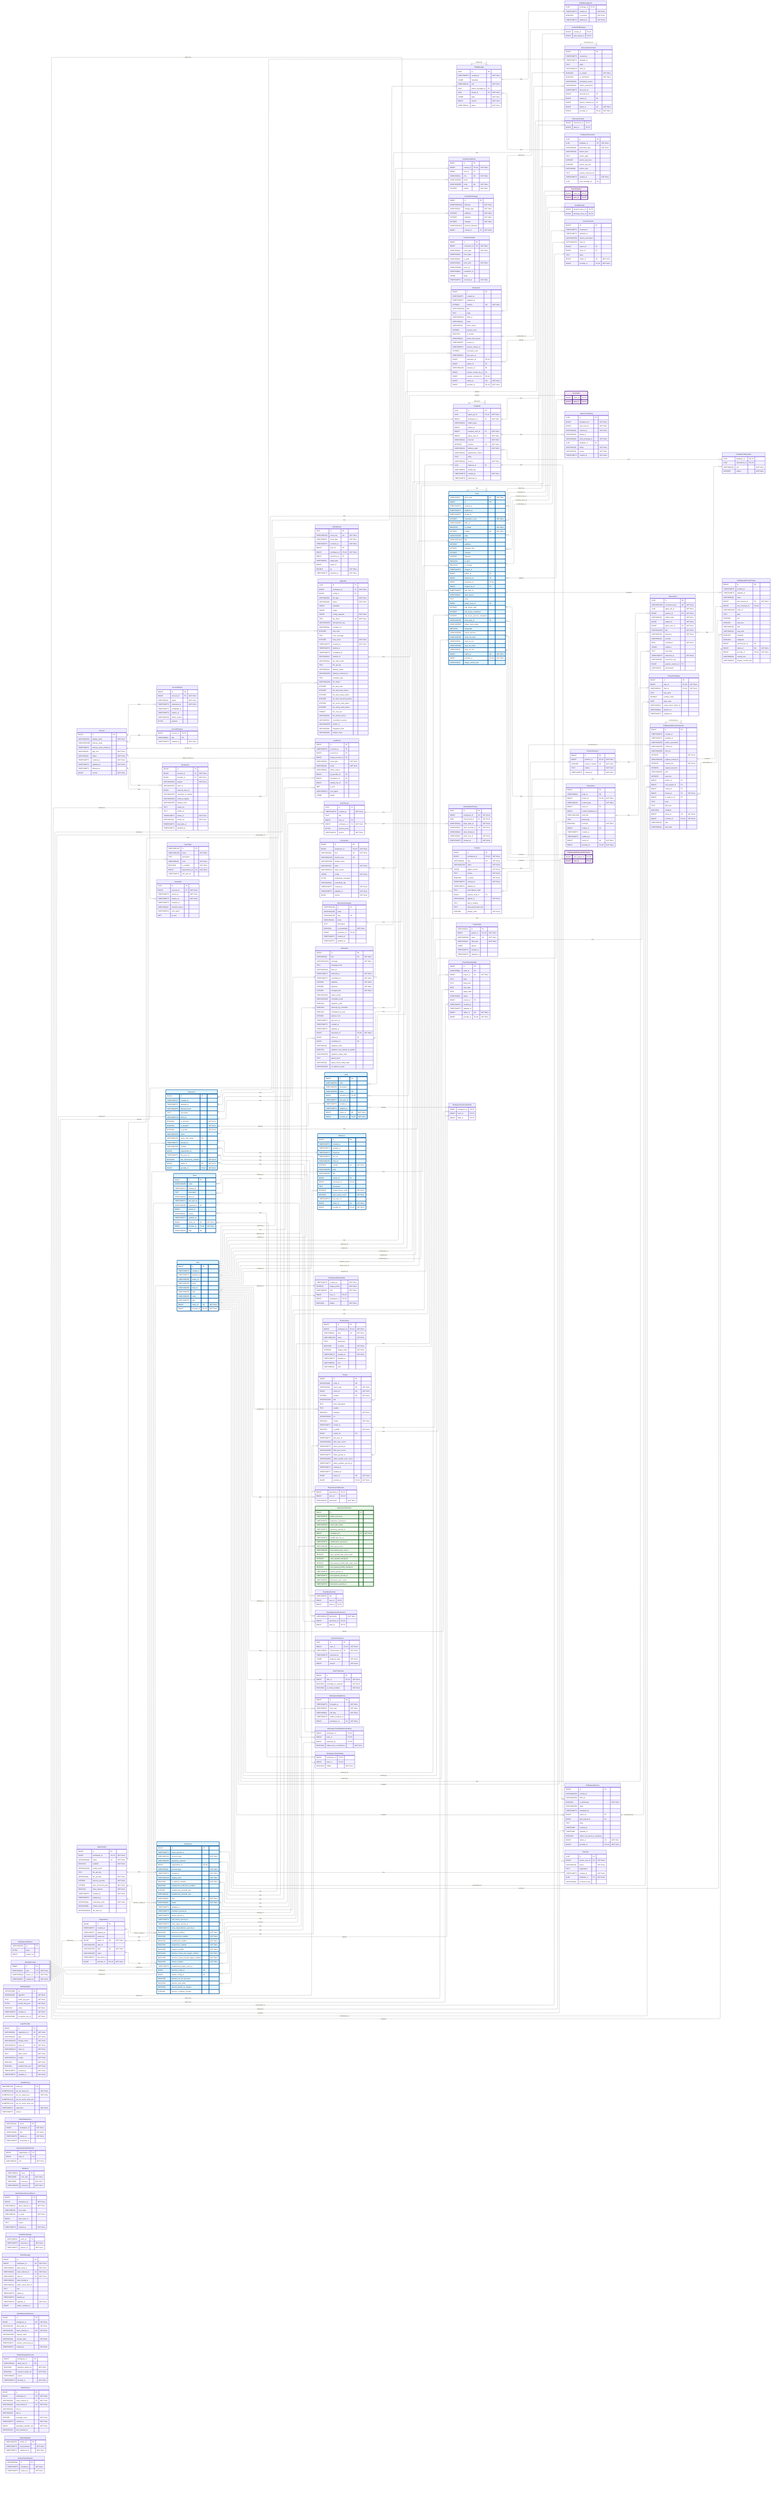
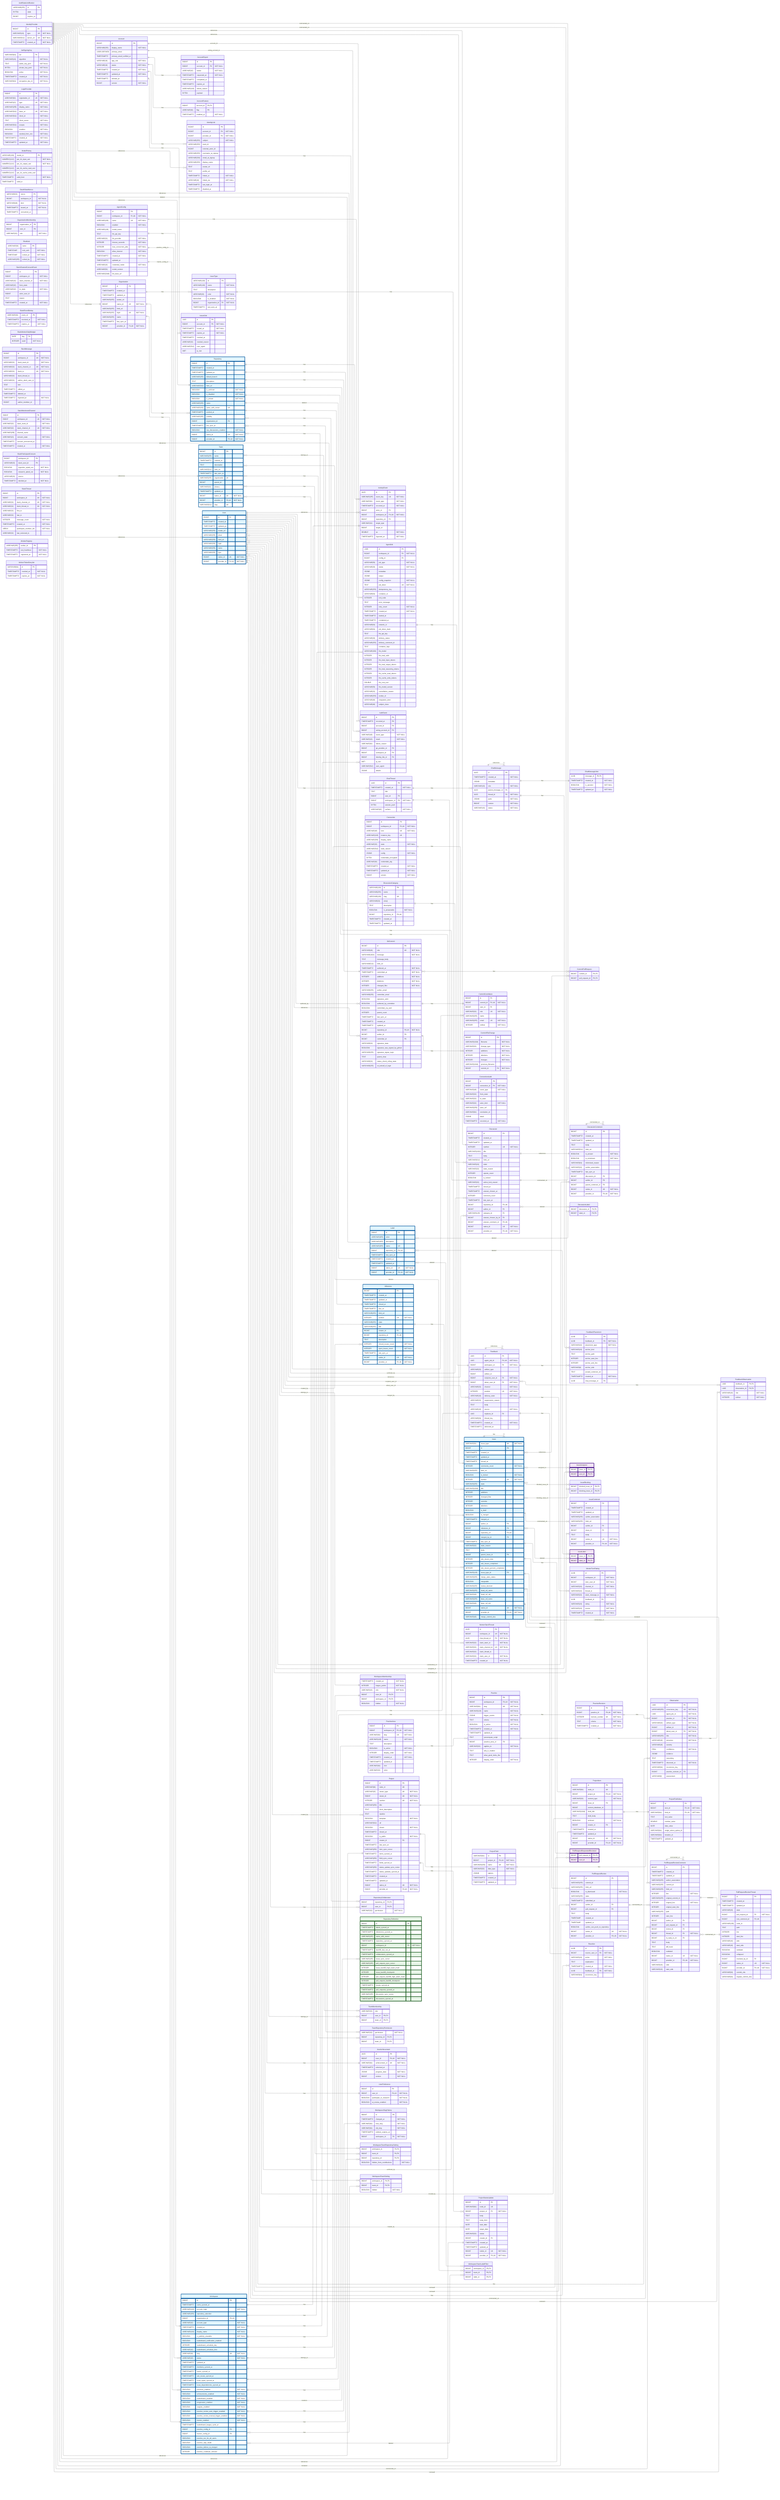
---
config:
    layout: elk
---
erDiagram
    %% Generated automatically from PostgreSQL database schema
    %% using scripts/generate-mermaid-erd.ts
    %% To regenerate: pnpm run db:generate-erd-docs

    direction LR

    Account {
        BIGINT id PK
        VARCHAR(255) display_name "NOT NULL"
        USER-DEFINED primary_email
        TIMESTAMPTZ primary_email_verified_at
        VARCHAR(16) app_role "NOT NULL"
        VARCHAR(16) status "NOT NULL"
        TIMESTAMPTZ created_at "NOT NULL"
        TIMESTAMPTZ updated_at "NOT NULL"
        TIMESTAMPTZ deleted_at
        BIGINT version "NOT NULL"
    }

    AccountExport {
        BIGINT id PK
        BIGINT account_id FK "NOT NULL"
        VARCHAR(16) status "NOT NULL"
        TIMESTAMPTZ requested_at "NOT NULL"
        TIMESTAMPTZ completed_at
        TIMESTAMPTZ expires_at
        VARCHAR(128) failure_reason
        BYTEA payload
    }

    AccountFeature {
        BIGINT account_id PK,FK
        VARCHAR(64) flag PK
        TIMESTAMPTZ enabled_at "NOT NULL"
    }

    ActivityEvent {
        UUID id PK
        VARCHAR(255) event_key UK "NOT NULL"
        VARCHAR(64) event_type "NOT NULL"
        TIMESTAMPTZ occurred_at "NOT NULL"
        BIGINT actor_id FK
        BIGINT workspace_id FK,UK "NOT NULL"
        BIGINT repository_id FK
        VARCHAR(32) target_type
        BIGINT target_id
        DOUBLE xp "NOT NULL"
        TIMESTAMPTZ ingested_at "NOT NULL"
    }

    AgentConfig {
        BIGINT id PK
        BIGINT workspace_id FK,UK "NOT NULL"
        VARCHAR(100) name UK "NOT NULL"
        BOOLEAN enabled "NOT NULL"
        VARCHAR(128) model_name
        TEXT llm_api_key
        VARCHAR(32) llm_provider "NOT NULL"
        INTEGER timeout_seconds "NOT NULL"
        INTEGER max_concurrent_jobs "NOT NULL"
        BOOLEAN allow_internet "NOT NULL"
        TIMESTAMPTZ created_at "NOT NULL"
        TIMESTAMPTZ updated_at
        VARCHAR(16) credential_mode "NOT NULL"
        VARCHAR(50) model_version
        VARCHAR(2048) llm_base_url
    }

    AgentJob {
        UUID id PK
        BIGINT workspace_id FK "NOT NULL"
        BIGINT config_id FK
        VARCHAR(50) job_type "NOT NULL"
        VARCHAR(20) status "NOT NULL"
        JSONB metadata
        JSONB output
        JSONB config_snapshot "NOT NULL"
        TEXT job_token UK "NOT NULL"
        VARCHAR(255) idempotency_key
        VARCHAR(64) container_id
        INTEGER exit_code
        TEXT error_message
        INTEGER retry_count "NOT NULL"
        TIMESTAMPTZ created_at "NOT NULL"
        TIMESTAMPTZ started_at
        TIMESTAMPTZ completed_at
        VARCHAR(64) network_id
        VARCHAR(64) job_token_hash
        TEXT llm_api_key
        VARCHAR(20) delivery_status
        VARCHAR(255) delivery_comment_id
        TEXT container_logs
        VARCHAR(100) llm_model
        INTEGER llm_total_calls
        INTEGER llm_total_input_tokens
        INTEGER llm_total_output_tokens
        INTEGER llm_total_reasoning_tokens
        INTEGER llm_cache_read_tokens
        INTEGER llm_cache_write_tokens
        DOUBLE llm_cost_usd
        VARCHAR(50) llm_model_version
        VARCHAR(32) cancellation_reason
        VARCHAR(255) worker_id
        VARCHAR(48) integration_kind
        VARCHAR(48) subject_class
    }

    AuthEvent {
        BIGINT id PK
        TIMESTAMPTZ occurred_at PK
        BIGINT account_id FK
        BIGINT acting_account_id FK
        VARCHAR(48) event_type "NOT NULL"
        VARCHAR(16) result "NOT NULL"
        VARCHAR(64) failure_reason
        BIGINT git_provider_id FK
        BIGINT workspace_id FK
        BIGINT identity_link_id FK
        INET ip_inet
        VARCHAR(512) user_agent
        JSONB details
    }

    AuthRateLimitBucket {
        VARCHAR(255) id PK
        BYTEA state
        BIGINT expires_at
    }

    ChatMessage {
        UUID id PK
        TIMESTAMPTZ created_at "NOT NULL"
        JSONB metadata
        VARCHAR(16) role "NOT NULL"
        UUID parent_message_id FK
        UUID thread_id FK "NOT NULL"
        JSONB parts "NOT NULL"
        BIGINT version "NOT NULL"
        VARCHAR(16) status "NOT NULL"
    }

    ChatMessageVote {
        UUID message_id PK,FK
        TIMESTAMPTZ created_at "NOT NULL"
        BOOLEAN is_upvoted "NOT NULL"
        TIMESTAMPTZ updated_at "NOT NULL"
    }

    ChatThread {
        UUID id PK
        TIMESTAMPTZ created_at "NOT NULL"
        TEXT title
        BIGINT user_id FK
        BIGINT workspace_id FK "NOT NULL"
        BYTEA session_jsonl
        VARCHAR(16) surface "NOT NULL"
    }

    CommitContributor {
        BIGINT id PK
        BIGINT commit_id FK,UK "NOT NULL"
        BIGINT user_id FK
        VARCHAR(32) role UK "NOT NULL"
        VARCHAR(255) name
        VARCHAR(255) email UK "NOT NULL"
        INTEGER ordinal "NOT NULL"
    }

    CommitFileChange {
        BIGINT id PK
        VARCHAR(1024) filename "NOT NULL"
        VARCHAR(32) change_type "NOT NULL"
        INTEGER additions "NOT NULL"
        INTEGER deletions "NOT NULL"
        INTEGER changes "NOT NULL"
        VARCHAR(1024) previous_filename
        BIGINT commit_id FK "NOT NULL"
    }

    CommitPullRequest {
        BIGINT commit_id PK,FK
        BIGINT pull_request_id PK,FK
    }

    Connection {
        BIGINT id PK
        BIGINT workspace_id FK,UK "NOT NULL"
        VARCHAR(48) kind UK "NOT NULL"
        VARCHAR(128) instance_key UK
        VARCHAR(256) display_name
        VARCHAR(32) state "NOT NULL"
        VARCHAR(512) state_reason
        JSONB config "NOT NULL"
        BYTEA credentials_encrypted
        VARCHAR(64) credentials_alg
        TIMESTAMPTZ created_at "NOT NULL"
        TIMESTAMPTZ updated_at "NOT NULL"
        BIGINT version "NOT NULL"
    }

    ConnectionAudit {
        BIGINT id PK
        BIGINT connection_id FK "NOT NULL"
        VARCHAR(48) event_type "NOT NULL"
        VARCHAR(32) from_state
        VARCHAR(32) to_state
        VARCHAR(32) actor_kind "NOT NULL"
        VARCHAR(256) actor_ref
        VARCHAR(64) correlation_id
        JSONB detail
        TIMESTAMPTZ occurred_at "NOT NULL"
    }

    Discussion {
        BIGINT id PK
        TIMESTAMPTZ created_at
        TIMESTAMPTZ updated_at
        INTEGER number UK "NOT NULL"
        VARCHAR(1024) title
        TEXT body
        VARCHAR(512) html_url
        VARCHAR(16) state
        VARCHAR(32) state_reason
        INTEGER upvote_count
        BOOLEAN is_locked
        VARCHAR(32) active_lock_reason
        TIMESTAMPTZ closed_at
        TIMESTAMPTZ answer_chosen_at
        INTEGER comment_count
        TIMESTAMPTZ last_sync_at
        BIGINT repository_id FK,UK
        BIGINT author_id FK
        VARCHAR(128) category_id FK
        BIGINT answer_chosen_by_id FK
        BIGINT answer_comment_id FK,UK
        BIGINT native_id UK "NOT NULL"
        BIGINT provider_id FK,UK "NOT NULL"
    }

    DiscussionCategory {
        VARCHAR(128) id PK
        VARCHAR(255) name
        VARCHAR(128) slug UK
        VARCHAR(32) emoji
        TEXT description
        BOOLEAN is_answerable "NOT NULL"
        BIGINT repository_id FK,UK
        TIMESTAMPTZ created_at
        TIMESTAMPTZ updated_at
    }

    DiscussionComment {
        BIGINT id PK
        TIMESTAMPTZ created_at
        TIMESTAMPTZ updated_at
        TEXT body
        VARCHAR(512) html_url
        BOOLEAN is_answer "NOT NULL"
        BOOLEAN is_minimized "NOT NULL"
        VARCHAR(64) minimized_reason
        VARCHAR(32) author_association
        TIMESTAMPTZ last_sync_at
        BIGINT discussion_id FK
        BIGINT author_id FK
        BIGINT parent_comment_id FK
        BIGINT native_id UK "NOT NULL"
        BIGINT provider_id FK,UK "NOT NULL"
    }

    DiscussionLabel {
        BIGINT discussion_id PK,FK
        BIGINT label_id PK,FK
    }

    Feedback {
        UUID id PK
        UUID agent_job_id FK,UK "NOT NULL"
        BIGINT workspace_id FK "NOT NULL"
        VARCHAR(32) artifact_type
        BIGINT artifact_id
        BIGINT recipient_user_id FK "NOT NULL"
        BIGINT about_user_id FK "NOT NULL"
        VARCHAR(32) channel "NOT NULL"
        INTEGER position UK "NOT NULL"
        VARCHAR(16) delivery_state "NOT NULL"
        VARCHAR(32) suppression_reason
        TEXT body
        VARCHAR(16) source "NOT NULL"
        UUID replaces_id FK
        VARCHAR(64) thread_key
        TIMESTAMPTZ created_at "NOT NULL"
        TIMESTAMPTZ delivered_at
    }

    FeedbackObservation {
        UUID feedback_id PK,FK
        UUID observation_id PK,FK
        VARCHAR(16) role "NOT NULL"
        INTEGER ordinal "NOT NULL"
    }

    FeedbackPlacement {
        UUID id PK
        UUID feedback_id FK "NOT NULL"
        VARCHAR(32) placement_type "NOT NULL"
        VARCHAR(16) anchor_kind
        TEXT anchor_path
        INTEGER anchor_start_line
        INTEGER anchor_end_line
        VARCHAR(8) anchor_side
        TEXT posted_comment_ref
        TIMESTAMPTZ created_at "NOT NULL"
        UUID chat_message_id FK
    }

    GitCommit {
        BIGINT id PK
        VARCHAR(40) sha UK "NOT NULL"
        VARCHAR(1024) message "NOT NULL"
        TEXT message_body
        VARCHAR(512) html_url
        TIMESTAMPTZ authored_at "NOT NULL"
        TIMESTAMPTZ committed_at "NOT NULL"
        INTEGER additions "NOT NULL"
        INTEGER deletions "NOT NULL"
        INTEGER changed_files "NOT NULL"
        VARCHAR(255) author_email
        VARCHAR(255) committer_email
        BOOLEAN signature_valid
        BOOLEAN authored_by_committer
        BOOLEAN committed_via_web
        INTEGER parent_count
        TIMESTAMPTZ last_sync_at
        TIMESTAMPTZ created_at
        TIMESTAMPTZ updated_at
        BIGINT repository_id FK,UK "NOT NULL"
        BIGINT author_id FK
        BIGINT committer_id FK
        VARCHAR(32) signature_state
        BOOLEAN signature_was_signed_by_github
        VARCHAR(255) signature_signer_login
        TEXT parent_shas
        VARCHAR(32) status_check_rollup_state
        VARCHAR(255) on_behalf_of_login
    }

    IdentityLink {
        BIGINT id PK
        BIGINT account_id FK "NOT NULL"
        BIGINT provider_id FK "NOT NULL"
        VARCHAR(255) subject "NOT NULL"
        VARCHAR(255) team_id
        BIGINT external_actor_id
        VARCHAR(255) username_at_signup
        VARCHAR(320) email_at_signup
        VARCHAR(255) display_name
        TEXT avatar_url
        TEXT profile_url
        TIMESTAMPTZ linked_at "NOT NULL"
        VARCHAR(16) linked_via "NOT NULL"
        TIMESTAMPTZ last_login_at
        TIMESTAMPTZ disabled_at
    }

    IdentityProvider {
        BIGINT id PK
        VARCHAR(10) type UK "NOT NULL"
        VARCHAR(512) server_url UK "NOT NULL"
        TIMESTAMPTZ created_at "NOT NULL"
    }

    Issue {
        VARCHAR(31) issue_type UK "NOT NULL"
        BIGINT id PK
        TIMESTAMPTZ created_at
        TIMESTAMPTZ updated_at
        TIMESTAMPTZ closed_at
        INTEGER comments_count "NOT NULL"
        VARCHAR(255) html_url
        BOOLEAN is_locked "NOT NULL"
        INTEGER number UK "NOT NULL"
        VARCHAR(255) state
        VARCHAR(1024) title
        INTEGER additions
        INTEGER changed_files
        INTEGER commits
        INTEGER deletions
        BOOLEAN is_draft
        BOOLEAN is_merged
        TIMESTAMPTZ merged_at
        BIGINT author_id FK
        BIGINT milestone_id FK
        BIGINT repository_id FK,UK
        BIGINT merged_by_id FK
        TIMESTAMPTZ last_sync_at
        VARCHAR(32) state_reason
        TEXT body
        BIGINT parent_issue_id FK
        INTEGER sub_issues_total
        INTEGER sub_issues_completed
        INTEGER sub_issues_percent_completed
        VARCHAR(128) issue_type_id FK
        VARCHAR(255) merge_state_status
        BOOLEAN mergeable
        VARCHAR(255) review_decision
        VARCHAR(255) head_ref_name
        VARCHAR(40) head_ref_oid
        VARCHAR(255) base_ref_name
        VARCHAR(40) base_ref_oid
        BIGINT native_id UK "NOT NULL"
        BIGINT provider_id FK,UK "NOT NULL"
        VARCHAR(40) merge_commit_sha
    }

    IssueAssignee {
        BIGINT issue_id PK,FK
        BIGINT user_id PK,FK
    }

    IssueBlocking {
        BIGINT blocked_issue_id PK,FK
        BIGINT blocking_issue_id PK,FK
    }

    IssueComment {
        BIGINT id PK
        TIMESTAMPTZ created_at
        TIMESTAMPTZ updated_at
        VARCHAR(255) author_association
        VARCHAR(255) html_url
        BIGINT author_id FK
        BIGINT issue_id FK
        TEXT body
        BIGINT native_id UK "NOT NULL"
        BIGINT provider_id FK,UK "NOT NULL"
    }

    IssueLabel {
        BIGINT issue_id PK,FK
        BIGINT label_id PK,FK
    }

    IssueType {
        VARCHAR(128) id PK
        VARCHAR(128) name "NOT NULL"
        TEXT description
        VARCHAR(20) color "NOT NULL"
        BOOLEAN is_enabled "NOT NULL"
        BIGINT organization_id FK "NOT NULL"
        TIMESTAMPTZ last_sync_at
    }

    IssuedJwt {
        UUID jti PK
        BIGINT account_id FK "NOT NULL"
        TIMESTAMPTZ issued_at "NOT NULL"
        TIMESTAMPTZ expires_at "NOT NULL"
        TIMESTAMPTZ revoked_at
        VARCHAR(32) revoked_reason
        VARCHAR(512) user_agent
        INET ip_inet
    }

    JwtSigningKey {
        VARCHAR(64) kid PK
        VARCHAR(16) algorithm "NOT NULL"
        TEXT public_key_pem "NOT NULL"
        BYTEA private_key_pem "NOT NULL"
        BOOLEAN active "NOT NULL"
        TIMESTAMPTZ created_at "NOT NULL"
        VARCHAR(64) encryption_key_id "NOT NULL"
    }

    Label {
        BIGINT id PK
        VARCHAR(255) color
        VARCHAR(255) description
        VARCHAR(255) name UK
        BIGINT repository_id FK,UK
        TIMESTAMPTZ last_sync_at
        TIMESTAMPTZ created_at
        TIMESTAMPTZ updated_at
        BIGINT native_id UK "NOT NULL"
        BIGINT provider_id FK,UK "NOT NULL"
    }

    LoginProvider {
        BIGINT id PK
        VARCHAR(64) registration_id UK "NOT NULL"
        VARCHAR(10) type UK "NOT NULL"
        VARCHAR(255) display_name "NOT NULL"
        VARCHAR(512) base_url UK "NOT NULL"
        VARCHAR(512) client_id "NOT NULL"
        TEXT client_secret "NOT NULL"
        VARCHAR(512) scopes "NOT NULL"
        BOOLEAN enabled "NOT NULL"
        BOOLEAN seeded_from_env "NOT NULL"
        TIMESTAMPTZ created_at "NOT NULL"
        TIMESTAMPTZ updated_at "NOT NULL"
    }

    MentorSlackThread {
        UUID id PK
        BIGINT workspace_id UK "NOT NULL"
        UUID chat_thread_id FK "NOT NULL"
        VARCHAR(32) slack_team_id "NOT NULL"
        VARCHAR(32) slack_channel_id UK "NOT NULL"
        VARCHAR(32) slack_thread_ts
        VARCHAR(32) slack_user_id "NOT NULL"
        TIMESTAMPTZ created_at "NOT NULL"
    }

    MentorTurnRating {
        UUID id PK
        BIGINT workspace_id "NOT NULL"
        BIGINT rater_user_id "NOT NULL"
        VARCHAR(32) channel_id "NOT NULL"
        VARCHAR(32) thread_ts
        VARCHAR(32) slack_message_ts "NOT NULL"
        UUID feedback_id FK
        VARCHAR(16) rating "NOT NULL"
        VARCHAR(16) source "NOT NULL"
        TIMESTAMPTZ created_at "NOT NULL"
    }

    Milestone {
        BIGINT id PK
        TIMESTAMPTZ created_at
        TIMESTAMPTZ updated_at
        TIMESTAMPTZ closed_at
        TIMESTAMPTZ due_on
        VARCHAR(255) html_url
        INTEGER number UK "NOT NULL"
        VARCHAR(255) state
        VARCHAR(255) title
        BIGINT creator_id FK
        BIGINT repository_id FK,UK
        TEXT description
        INTEGER closed_issues_count "NOT NULL"
        INTEGER open_issues_count "NOT NULL"
        TIMESTAMPTZ last_sync_at
        BIGINT native_id UK "NOT NULL"
        BIGINT provider_id FK,UK "NOT NULL"
    }

    ModelPricing {
        VARCHAR(128) model_id PK
        NUMERIC(12,6) per_1k_input_usd "NOT NULL"
        NUMERIC(12,6) per_1k_output_usd "NOT NULL"
        NUMERIC(12,6) per_1k_cache_read_usd
        NUMERIC(12,6) per_1k_cache_write_usd
        TIMESTAMPTZ valid_from "NOT NULL"
        TIMESTAMPTZ valid_to
    }

    OauthStateNonce {
        VARCHAR(32) nonce PK
        BIGINT workspace_id "NOT NULL"
        VARCHAR(48) kind "NOT NULL"
        TIMESTAMPTZ issued_at "NOT NULL"
        TIMESTAMPTZ consumed_at
    }

    Observation {
        UUID id PK
        VARCHAR(255) occurrence_key UK "NOT NULL"
        UUID agent_job_id "NOT NULL"
        BIGINT practice_id FK "NOT NULL"
        VARCHAR(32) artifact_type "NOT NULL"
        BIGINT artifact_id "NOT NULL"
        BIGINT about_user_id FK "NOT NULL"
        VARCHAR(255) title "NOT NULL"
        VARCHAR(16) presence "NOT NULL"
        VARCHAR(16) severity
        REAL confidence "NOT NULL"
        JSONB evidence
        TEXT reasoning
        TIMESTAMPTZ observed_at "NOT NULL"
        VARCHAR(64) recurrence_key
        BIGINT practice_revision_id FK
        VARCHAR(8) assessment
    }

    Organization {
        BIGINT id PK
        TIMESTAMPTZ created_at
        TIMESTAMPTZ updated_at
        VARCHAR(255) avatar_url
        BIGINT native_id UK "NOT NULL"
        VARCHAR(255) html_url
        VARCHAR(255) login UK "NOT NULL"
        VARCHAR(255) name
        TIMESTAMPTZ last_sync_at
        BIGINT provider_id FK,UK "NOT NULL"
    }

    OrganizationMembership {
        BIGINT organization_id PK
        BIGINT user_id PK
        VARCHAR(32) role "NOT NULL"
    }

    Practice {
        BIGINT id PK
        BIGINT workspace_id FK,UK "NOT NULL"
        VARCHAR(64) slug UK "NOT NULL"
        VARCHAR(128) name "NOT NULL"
        JSONB trigger_events "NOT NULL"
        TEXT criteria "NOT NULL"
        BOOLEAN is_active "NOT NULL"
        TIMESTAMPTZ created_at "NOT NULL"
        TIMESTAMPTZ updated_at
        TEXT precompute_script
        BIGINT practice_area_id FK
        VARCHAR(32) applies_to "NOT NULL"
        TEXT why_it_matters
        TEXT what_good_looks_like
        INTEGER display_order "NOT NULL"
    }

    PracticeArea {
        BIGINT id PK
        BIGINT workspace_id FK,UK "NOT NULL"
        VARCHAR(64) slug UK "NOT NULL"
        VARCHAR(128) name "NOT NULL"
        TEXT description
        BOOLEAN is_active "NOT NULL"
        INTEGER display_order "NOT NULL"
        TIMESTAMPTZ created_at "NOT NULL"
        TIMESTAMPTZ updated_at
        VARCHAR(64) icon
        VARCHAR(32) color
    }

    PracticeRevision {
        BIGINT id PK
        BIGINT practice_id FK,UK "NOT NULL"
        INTEGER revision_number UK "NOT NULL"
        TEXT criteria "NOT NULL"
        TIMESTAMPTZ created_at "NOT NULL"
    }

    Project {
        BIGINT id PK
        VARCHAR(64) node_id UK
        VARCHAR(32) owner_type UK "NOT NULL"
        BIGINT owner_id UK "NOT NULL"
        INTEGER number UK "NOT NULL"
        VARCHAR(256) title
        TEXT short_description
        TEXT readme
        BOOLEAN template "NOT NULL"
        VARCHAR(512) url
        BOOLEAN closed "NOT NULL"
        TIMESTAMPTZ closed_at
        BOOLEAN is_public "NOT NULL"
        BIGINT creator_id FK
        TIMESTAMPTZ last_sync_at
        VARCHAR(256) item_sync_cursor
        TIMESTAMPTZ items_synced_at
        VARCHAR(256) field_sync_cursor
        TIMESTAMPTZ fields_synced_at
        VARCHAR(256) status_update_sync_cursor
        TIMESTAMPTZ status_updates_synced_at
        TIMESTAMPTZ created_at
        TIMESTAMPTZ updated_at
        BIGINT native_id UK "NOT NULL"
        BIGINT provider_id FK,UK "NOT NULL"
    }

    ProjectField {
        VARCHAR(64) id PK
        BIGINT project_id FK,UK "NOT NULL"
        VARCHAR(256) name UK "NOT NULL"
        VARCHAR(32) data_type "NOT NULL"
        JSONB options
        TIMESTAMPTZ created_at
        TIMESTAMPTZ updated_at
    }

    ProjectFieldValue {
        BIGINT id PK
        BIGINT item_id FK,UK "NOT NULL"
        VARCHAR(64) field_id FK,UK "NOT NULL"
        TEXT text_value
        DOUBLE number_value
        DATE date_value
        VARCHAR(64) single_select_option_id
        VARCHAR(64) iteration_id
        TIMESTAMPTZ updated_at
    }

    ProjectItem {
        BIGINT id PK
        VARCHAR(64) node_id UK
        BIGINT project_id FK,UK "NOT NULL"
        VARCHAR(32) content_type "NOT NULL"
        BIGINT issue_id FK
        BIGINT content_database_id
        VARCHAR(1024) draft_title
        TEXT draft_body
        BOOLEAN archived "NOT NULL"
        BIGINT creator_id FK
        TIMESTAMPTZ created_at
        TIMESTAMPTZ updated_at
        BIGINT native_id UK "NOT NULL"
        BIGINT provider_id FK,UK "NOT NULL"
    }

    ProjectStatusUpdate {
        BIGINT id PK
        VARCHAR(64) node_id UK
        BIGINT project_id FK "NOT NULL"
        TEXT body
        TEXT body_html
        DATE start_date
        DATE target_date
        VARCHAR(32) status
        BIGINT creator_id FK
        TIMESTAMPTZ created_at
        TIMESTAMPTZ updated_at
        BIGINT native_id UK "NOT NULL"
        BIGINT provider_id FK,UK "NOT NULL"
    }

    PullRequestRequestedReviewer {
        BIGINT pull_request_id PK,FK
        BIGINT user_id PK,FK
    }

    PullRequestReview {
        BIGINT id PK
        VARCHAR(255) commit_id
        VARCHAR(255) html_url
        BOOLEAN is_dismissed "NOT NULL"
        VARCHAR(255) state
        TIMESTAMPTZ submitted_at
        BIGINT author_id FK
        BIGINT pull_request_id FK
        TEXT body
        TIMESTAMP created_at
        TIMESTAMP updated_at
        BOOLEAN author_can_push_to_repository
        BIGINT native_id UK "NOT NULL"
        BIGINT provider_id FK,UK "NOT NULL"
    }

    PullRequestReviewComment {
        BIGINT id PK
        TIMESTAMPTZ created_at
        TIMESTAMPTZ updated_at
        VARCHAR(255) author_association
        VARCHAR(255) commit_id
        VARCHAR(255) html_url
        INTEGER line "NOT NULL"
        VARCHAR(255) original_commit_id
        INTEGER original_line "NOT NULL"
        INTEGER original_start_line
        VARCHAR(255) path
        INTEGER start_line
        BIGINT author_id FK
        BIGINT pull_request_id FK
        BIGINT review_id FK
        BIGINT thread_id FK "NOT NULL"
        BIGINT in_reply_to_id FK
        TEXT body
        TEXT diff_hunk
        BOOLEAN outdated
        BIGINT native_id UK "NOT NULL"
        BIGINT provider_id FK,UK "NOT NULL"
        VARCHAR(16) side
        VARCHAR(16) start_side
    }

    PullRequestReviewThread {
        BIGINT id PK
        TIMESTAMPTZ created_at
        TIMESTAMPTZ updated_at
        VARCHAR(20) state
        BIGINT pull_request_id FK "NOT NULL"
        BIGINT root_comment_id FK,UK
        VARCHAR(128) node_id
        TEXT path
        INTEGER line
        INTEGER start_line
        VARCHAR(16) side
        VARCHAR(16) start_side
        BOOLEAN outdated
        BOOLEAN collapsed
        BIGINT resolved_by_id FK
        BIGINT native_id UK "NOT NULL"
        BIGINT provider_id FK,UK "NOT NULL"
        VARCHAR(64) commit_sha
        VARCHAR(64) original_commit_sha
    }

    Reaction {
        UUID id PK
        BIGINT reactor_user_id FK "NOT NULL"
        VARCHAR(16) action "NOT NULL"
        TEXT explanation
        TIMESTAMPTZ created_at "NOT NULL"
        UUID feedback_id FK "NOT NULL"
        VARCHAR(64) recurrence_key
    }

    Repository {
        BIGINT id PK
        TIMESTAMPTZ created_at
        TIMESTAMPTZ updated_at
        VARCHAR(255) default_branch
        TEXT description
        VARCHAR(512) html_url
        BOOLEAN is_archived "NOT NULL"
        BOOLEAN is_disabled "NOT NULL"
        BOOLEAN is_private "NOT NULL"
        VARCHAR(255) name
        VARCHAR(150) name_with_owner UK
        TIMESTAMPTZ pushed_at
        VARCHAR(255) visibility
        BIGINT organization_id FK
        TIMESTAMPTZ last_sync_at
        BOOLEAN has_discussions_enabled "NOT NULL"
        BIGINT native_id UK "NOT NULL"
        BIGINT provider_id FK,UK "NOT NULL"
    }

    RepositoryCollaborator {
        BIGINT repository_id PK,FK
        BIGINT user_id PK,FK
        VARCHAR(32) permission "NOT NULL"
    }

    RepositoryToMonitor {
        BIGINT id PK
        TIMESTAMPTZ labels_synced_at
        TIMESTAMPTZ milestones_synced_at
        VARCHAR(255) name_with_owner
        TIMESTAMPTZ repository_synced_at
        BIGINT workspace_id FK "NOT NULL"
        TIMESTAMPTZ backfill_last_run_at
        TIMESTAMPTZ collaborators_synced_at
        VARCHAR(255) issue_sync_cursor
        VARCHAR(255) pull_request_sync_cursor
        INTEGER issue_backfill_high_water_mark
        INTEGER issue_backfill_checkpoint
        INTEGER pull_request_backfill_high_water_mark
        INTEGER pull_request_backfill_checkpoint
        TIMESTAMPTZ issues_synced_at
        TIMESTAMPTZ pull_requests_synced_at
        VARCHAR(255) discussion_sync_cursor
        TIMESTAMPTZ discussions_synced_at
    }

    Shedlock {
        VARCHAR(64) name PK
        TIMESTAMP lock_until "NOT NULL"
        TIMESTAMP locked_at "NOT NULL"
        VARCHAR(255) locked_by "NOT NULL"
    }

    SlackChannelConsentEvent {
        BIGINT id PK
        BIGINT workspace_id "NOT NULL"
        VARCHAR(32) slack_channel_id "NOT NULL"
        VARCHAR(16) from_state
        VARCHAR(16) to_state "NOT NULL"
        BIGINT actor_user_id
        TEXT reason
        TIMESTAMPTZ created_at "NOT NULL"
    }

    SlackEventDedup {
        VARCHAR(64) event_id PK
        TIMESTAMPTZ received_at "NOT NULL"
        TIMESTAMPTZ expires_at "NOT NULL"
+     }
+ 
+     SlackMentorDailyBudget {
+         DATE day PK
+         INTEGER used "NOT NULL"
    }

    SlackMessage {
        BIGINT id PK
        BIGINT workspace_id UK "NOT NULL"
        VARCHAR(32) slack_team_id "NOT NULL"
        VARCHAR(32) slack_channel_id UK "NOT NULL"
        VARCHAR(32) slack_ts UK "NOT NULL"
        VARCHAR(32) slack_thread_ts
        VARCHAR(32) author_slack_user_id
        TEXT text
        TIMESTAMPTZ edited_at
        TIMESTAMPTZ deleted_at
        TIMESTAMPTZ ingested_at "NOT NULL"
        BIGINT author_member_id
    }

    SlackMonitoredChannel {
        BIGINT id PK
        BIGINT workspace_id UK "NOT NULL"
        VARCHAR(32) slack_team_id "NOT NULL"
        VARCHAR(32) slack_channel_id UK "NOT NULL"
        VARCHAR(256) channel_name
        VARCHAR(16) consent_state "NOT NULL"
        TIMESTAMPTZ consent_announced_at
        TIMESTAMPTZ created_at "NOT NULL"
    }

    SlackParticipantConsent {
        BIGINT workspace_id PK
        VARCHAR(32) slack_user_id PK
        BOOLEAN ingestion_opted_out "NOT NULL"
        BOOLEAN research_opted_out "NOT NULL"
        VARCHAR(32) source
        TIMESTAMPTZ decided_at "NOT NULL"
    }

    SlackThread {
        BIGINT id PK
        BIGINT workspace_id UK "NOT NULL"
        VARCHAR(32) slack_channel_id UK "NOT NULL"
        VARCHAR(32) slack_thread_ts UK "NOT NULL"
        VARCHAR(32) first_ts
        VARCHAR(32) last_ts
        INTEGER message_count "NOT NULL"
        TIMESTAMPTZ created_at "NOT NULL"
        ARRAY participant_member_ids "NOT NULL"
        VARCHAR(32) last_reviewed_ts
    }

    Team {
        BIGINT id PK
        VARCHAR(255) name
        TIMESTAMPTZ created_at
        TEXT description
        VARCHAR(512) html_url
        TIMESTAMPTZ last_sync_at
        VARCHAR(255) organization UK
        BIGINT parent_id
        VARCHAR(32) privacy
        TIMESTAMPTZ updated_at
        BIGINT native_id UK "NOT NULL"
        BIGINT provider_id FK,UK "NOT NULL"
        VARCHAR(512) slug UK
    }

    TeamMembership {
        VARCHAR(32) role
        BIGINT user_id PK,FK
        BIGINT team_id PK,FK
    }

    TeamRepositoryPermission {
        VARCHAR(32) permission "NOT NULL"
        BIGINT repository_id PK,FK
        BIGINT team_id PK,FK
    }

    User {
        BIGINT id PK
        TIMESTAMPTZ created_at
        TIMESTAMPTZ updated_at
        VARCHAR(255) avatar_url
        VARCHAR(255) email
        VARCHAR(255) html_url
        VARCHAR(255) login
        VARCHAR(255) name
        VARCHAR(255) type
        BIGINT native_id UK "NOT NULL"
        BIGINT provider_id FK,UK "NOT NULL"
    }

    UserAchievement {
        UUID id PK
        BIGINT user_id FK,UK "NOT NULL"
        VARCHAR(64) achievement_id UK "NOT NULL"
        TIMESTAMPTZ unlocked_at
        JSONB progress_data "NOT NULL"
        BIGINT version "NOT NULL"
    }

    UserPreference {
        BIGINT id PK
        BIGINT user_id FK,UK "NOT NULL"
        BOOLEAN participate_in_research "NOT NULL"
        BOOLEAN ai_review_enabled "NOT NULL"
    }

    WorkerRegistry {
        VARCHAR(255) worker_id PK
        TIMESTAMPTZ last_heartbeat "NOT NULL"
        TIMESTAMPTZ registered_at "NOT NULL"
    }

    WorkerTokenDenylist {
        VARCHAR(64) jti PK
        TIMESTAMPTZ revoked_at "NOT NULL"
        TIMESTAMPTZ expires_at "NOT NULL"
    }

    Workspace {
        BIGINT id PK
        TIMESTAMPTZ users_synced_at
        VARCHAR(120) account_login "NOT NULL"
        VARCHAR(255) repository_selection
        BIGINT organization_id FK,UK
        VARCHAR(10) account_type "NOT NULL"
        TIMESTAMPTZ created_at "NOT NULL"
        VARCHAR(120) display_name "NOT NULL"
        BOOLEAN is_publicly_viewable "NOT NULL"
        BOOLEAN leaderboard_notification_enabled
        INTEGER leaderboard_schedule_day
        VARCHAR(10) leaderboard_schedule_time
        VARCHAR(64) slug UK "NOT NULL"
        VARCHAR(20) status "NOT NULL"
        TIMESTAMPTZ updated_at
        TIMESTAMPTZ members_synced_at
        TIMESTAMPTZ teams_synced_at
        TIMESTAMPTZ sub_issues_synced_at
        TIMESTAMPTZ issue_types_synced_at
        TIMESTAMPTZ issue_dependencies_synced_at
        BOOLEAN practices_enabled "NOT NULL"
        BOOLEAN achievements_enabled "NOT NULL"
        BOOLEAN leaderboard_enabled "NOT NULL"
        BOOLEAN progression_enabled "NOT NULL"
        BOOLEAN leagues_enabled "NOT NULL"
        BOOLEAN practice_review_auto_trigger_enabled "NOT NULL"
        BOOLEAN practice_review_manual_trigger_enabled "NOT NULL"
        BOOLEAN mentor_enabled "NOT NULL"
        TIMESTAMPTZ leaderboard_league_cycle_at
        BIGINT practice_config_id FK
        BIGINT mentor_config_id FK
        BOOLEAN practice_run_for_all_users
        BOOLEAN practice_skip_drafts
        BOOLEAN practice_deliver_to_merged
        INTEGER practice_cooldown_minutes
    }

    WorkspaceMembership {
        TIMESTAMPTZ created_at "NOT NULL"
        INTEGER league_points "NOT NULL"
        VARCHAR(16) role "NOT NULL"
        BIGINT user_id PK,FK
        BIGINT workspace_id PK,FK
        BOOLEAN hidden "NOT NULL"
    }

    WorkspaceSlugHistory {
        BIGINT id PK
        TIMESTAMPTZ changed_at "NOT NULL"
        VARCHAR(64) new_slug "NOT NULL"
        VARCHAR(64) old_slug "NOT NULL"
        TIMESTAMPTZ redirect_expires_at
        BIGINT workspace_id FK "NOT NULL"
    }

    WorkspaceTeamLabelFilter {
        BIGINT workspace_id PK,FK
        BIGINT team_id PK,FK
        BIGINT label_id PK,FK
    }

    WorkspaceTeamRepositorySetting {
        BIGINT workspace_id PK,FK
        BIGINT team_id PK,FK
        BIGINT repository_id PK,FK
        BOOLEAN hidden_from_contributions "NOT NULL"
    }

    WorkspaceTeamSetting {
        BIGINT workspace_id PK,FK
        BIGINT team_id PK,FK
        BOOLEAN hidden "NOT NULL"
    }

    %% Relationships
    %% One-to-One relationships
    Account ||--|| AccountFeature : has
    Workspace ||--|| ActivityEvent : has
    Workspace ||--|| AgentConfig : has
    ChatMessage ||--|| ChatMessageVote : has
    GitCommit ||--|| CommitContributor : has
    Workspace ||--|| Connection : has
    Repository ||--|| Discussion : has
    DiscussionComment ||--|| Discussion : references
    IdentityProvider ||--|| Discussion : references
    Repository ||--|| DiscussionCategory : has
    IdentityProvider ||--|| DiscussionComment : commented_on
    AgentJob ||--|| Feedback : has
    Repository ||--|| GitCommit : has
    Repository ||--|| Issue : has
    IdentityProvider ||--|| Issue : references
    IdentityProvider ||--|| IssueComment : commented_on
    Repository ||--|| Label : labeled
    IdentityProvider ||--|| Label : labeled
    Repository ||--|| Milestone : has
    IdentityProvider ||--|| Milestone : references
    IdentityProvider ||--|| Organization : references
    Workspace ||--|| Practice : has
    Workspace ||--|| PracticeArea : has
    Practice ||--|| PracticeRevision : has
    IdentityProvider ||--|| Project : references
    Project ||--|| ProjectField : has
    ProjectItem ||--|| ProjectFieldValue : has
    ProjectField ||--|| ProjectFieldValue : has
    Project ||--|| ProjectItem : has
    IdentityProvider ||--|| ProjectItem : references
    IdentityProvider ||--|| ProjectStatusUpdate : references
    IdentityProvider ||--|| PullRequestReview : reviewed
    IdentityProvider ||--|| PullRequestReviewComment : commented_on
    PullRequestReviewComment ||--|| PullRequestReviewThread : reviewed
    IdentityProvider ||--|| PullRequestReviewThread : reviewed
    IdentityProvider ||--|| Repository : references
    IdentityProvider ||--|| Team : references
    IdentityProvider ||--|| User : references
    User ||--|| UserAchievement : has
    User ||--|| UserPreference : has
    Organization ||--|| Workspace : has
    User ||--|| WorkspaceMembership : belongs_to
    Workspace ||--|| WorkspaceMembership : belongs_to

    %% One-to-Many relationships
    Account ||--o{ AccountExport : has
    User ||--o{ ActivityEvent : references
    Repository ||--o{ ActivityEvent : has
    Workspace ||--o{ AgentJob : has
    AgentConfig ||--o{ AgentJob : has
    Account ||--o{ AuthEvent : account_id
    Account ||--o{ AuthEvent : acting_account_id
    IdentityProvider ||--o{ AuthEvent : references
    Workspace ||--o{ AuthEvent : has
    IdentityLink ||--o{ AuthEvent : has
    ChatMessage ||--o{ ChatMessage : references
    ChatThread ||--o{ ChatMessage : has
    User ||--o{ ChatThread : has
    Workspace ||--o{ ChatThread : has
    User ||--o{ CommitContributor : has
    GitCommit ||--o{ CommitFileChange : has
    Connection ||--o{ ConnectionAudit : has
    User ||--o{ Discussion : authored_by
    DiscussionCategory ||--o{ Discussion : has
    User ||--o{ Discussion : references
    Discussion ||--o{ DiscussionComment : commented_on
    User ||--o{ DiscussionComment : commented_on
    DiscussionComment ||--o{ DiscussionComment : commented_on
    Workspace ||--o{ Feedback : has
    User ||--o{ Feedback : recipient_user_id
    User ||--o{ Feedback : about_user_id
    Feedback ||--o{ Feedback : references
    Feedback ||--o{ FeedbackPlacement : has
    ChatMessage ||--o{ FeedbackPlacement : has
    User ||--o{ GitCommit : authored_by
    User ||--o{ GitCommit : references
    Account ||--o{ IdentityLink : has
    IdentityProvider ||--o{ IdentityLink : references
    User ||--o{ Issue : authored_by
    Milestone ||--o{ Issue : has
    User ||--o{ Issue : merged_by
    Issue ||--o{ Issue : has
    IssueType ||--o{ Issue : has
    User ||--o{ IssueComment : commented_on
    Issue ||--o{ IssueComment : commented_on
    Organization ||--o{ IssueType : has
    Account ||--o{ IssuedJwt : has
    ChatThread ||--o{ MentorSlackThread : has
    Feedback ||--o{ MentorTurnRating : has
    User ||--o{ Milestone : created_by
    Practice ||--o{ Observation : has
    User ||--o{ Observation : has
    PracticeRevision ||--o{ Observation : has
    PracticeArea ||--o{ Practice : has
    User ||--o{ Project : created_by
    Issue ||--o{ ProjectItem : has
    User ||--o{ ProjectItem : created_by
    Project ||--o{ ProjectStatusUpdate : has
    User ||--o{ ProjectStatusUpdate : created_by
    User ||--o{ PullRequestReview : reviewed
    Issue ||--o{ PullRequestReview : reviewed
    User ||--o{ PullRequestReviewComment : commented_on
    Issue ||--o{ PullRequestReviewComment : commented_on
    PullRequestReview ||--o{ PullRequestReviewComment : commented_on
    PullRequestReviewThread ||--o{ PullRequestReviewComment : commented_on
    PullRequestReviewComment ||--o{ PullRequestReviewComment : commented_on
    Issue ||--o{ PullRequestReviewThread : reviewed
    User ||--o{ PullRequestReviewThread : reviewed
    User ||--o{ Reaction : has
    Feedback ||--o{ Reaction : has
    Organization ||--o{ Repository : has
    Workspace ||--o{ RepositoryToMonitor : monitors
    AgentConfig ||--o{ Workspace : practice_config_id
    AgentConfig ||--o{ Workspace : mentor_config_id
    Workspace ||--o{ WorkspaceSlugHistory : has

    %% Many-to-Many relationships
    GitCommit }o--o{ CommitPullRequest : has
    Issue }o--o{ CommitPullRequest : references
    Discussion }o--o{ DiscussionLabel : labeled
    Label }o--o{ DiscussionLabel : labeled
    Feedback }o--o{ FeedbackObservation : has
    Observation }o--o{ FeedbackObservation : has
    Issue }o--o{ IssueAssignee : assigned_to
    User }o--o{ IssueAssignee : assigned_to
    Issue }o--o{ IssueBlocking : blocked_issue_id
    Issue }o--o{ IssueBlocking : blocking_issue_id
    Issue }o--o{ IssueLabel : labeled
    Label }o--o{ IssueLabel : labeled
    Issue }o--o{ PullRequestRequestedReviewer : reviewed
    User }o--o{ PullRequestRequestedReviewer : reviewed
    Repository }o--o{ RepositoryCollaborator : has
    User }o--o{ RepositoryCollaborator : has
    User }o--o{ TeamMembership : belongs_to
    Team }o--o{ TeamMembership : belongs_to
    Repository }o--o{ TeamRepositoryPermission : has
    Team }o--o{ TeamRepositoryPermission : has
    Workspace }o--o{ WorkspaceTeamLabelFilter : labeled
    Team }o--o{ WorkspaceTeamLabelFilter : labeled
    Label }o--o{ WorkspaceTeamLabelFilter : labeled
    Workspace }o--o{ WorkspaceTeamRepositorySetting : has
    Team }o--o{ WorkspaceTeamRepositorySetting : has
    Repository }o--o{ WorkspaceTeamRepositorySetting : has
    Workspace }o--o{ WorkspaceTeamSetting : has
    Team }o--o{ WorkspaceTeamSetting : has

    %% Styling
    classDef primaryEntity fill:#e1f5fe,stroke:#01579b,stroke-width:2px
    classDef associationEntity fill:#f3e5f5,stroke:#4a148c,stroke-width:2px
    classDef metadataEntity fill:#e8f5e8,stroke:#1b5e20,stroke-width:2px

    class Issue primaryEntity
    class IssueAssignee associationEntity
    class IssueLabel associationEntity
    class Label primaryEntity
    class Milestone primaryEntity
    class PullRequestRequestedReviewer associationEntity
    class Repository primaryEntity
    class RepositoryToMonitor metadataEntity
    class Team primaryEntity
    class User primaryEntity
    class Workspace primaryEntity
